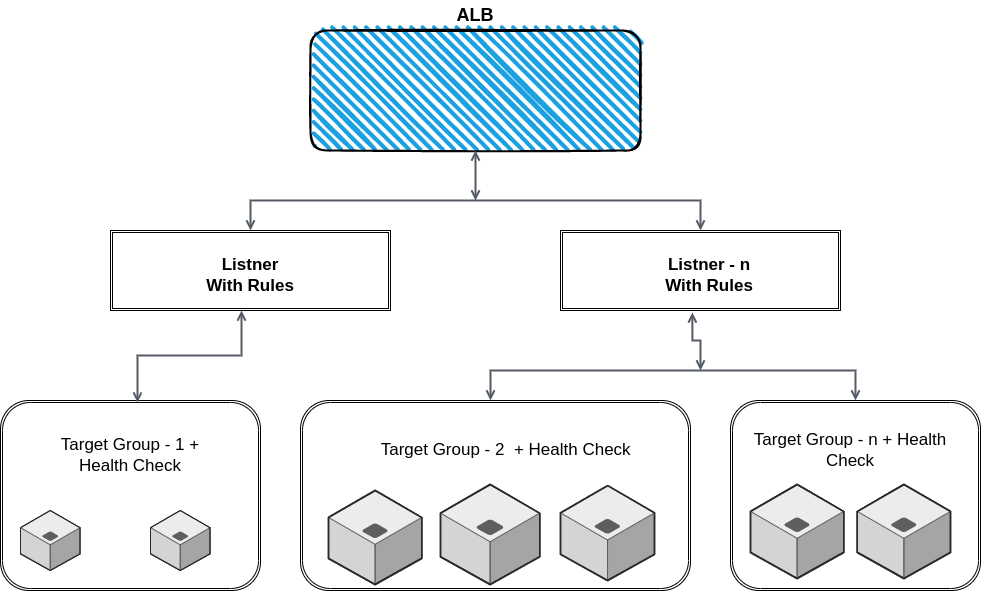
Before: Tools/ALB.drawio.png, a diagram exported from draw.io (ManuGeorge96/ManuGeorge96). Source tidied: cells renumbered, new cells last; positions are measured from the earlier drawing's top-left corner, leaving out a move shared by most shapes.
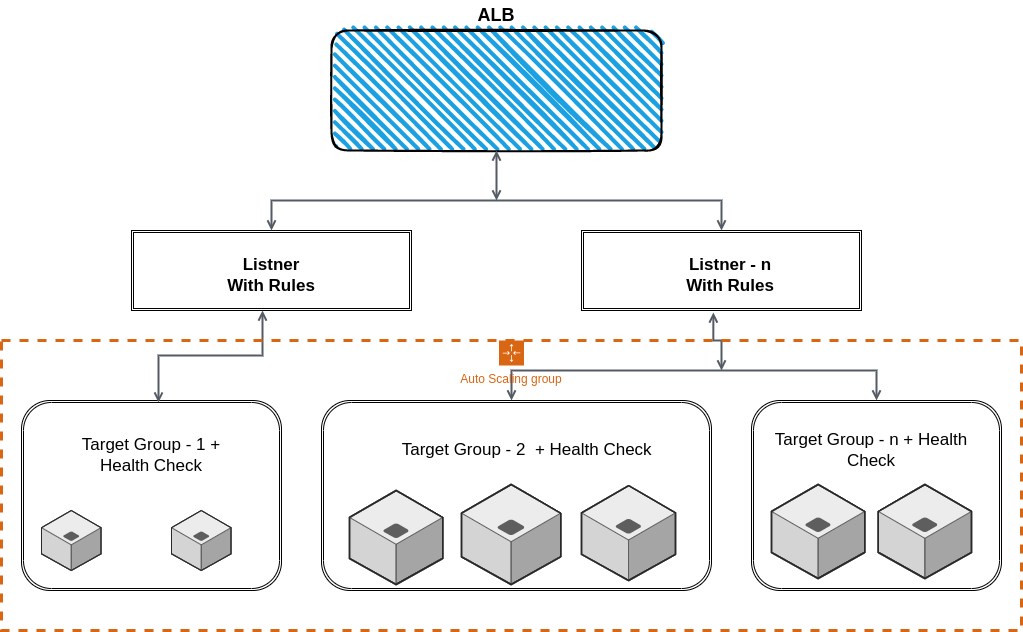
Above is the later version.

Change to the diagram source:
```diff
@@ -88,5 +88,8 @@
     <mxCell id="25" value="&lt;b&gt;ALB&lt;/b&gt;" style="text;html=1;strokeColor=none;fillColor=none;align=center;verticalAlign=middle;whiteSpace=wrap;rounded=0;fontSize=18;" parent="1" vertex="1">
       <mxGeometry x="445" width="60" height="30" as="geometry" />
     </mxCell>
+    <mxCell id="26" value="Auto Scaling group" style="gradientColor=none;html=1;whiteSpace=wrap;fontSize=12;fontStyle=0;shape=mxgraph.aws4.groupCenter;grIcon=mxgraph.aws4.group_auto_scaling_group;grStroke=1;strokeColor=#D86613;fillColor=none;verticalAlign=top;align=center;fontColor=#D86613;dashed=1;spacingTop=25;strokeWidth=3;" parent="1" vertex="1">
+      <mxGeometry x="-20" y="340" width="1020" height="290" as="geometry" />
+    </mxCell>
   </root>
 </mxGraphModel>
```
